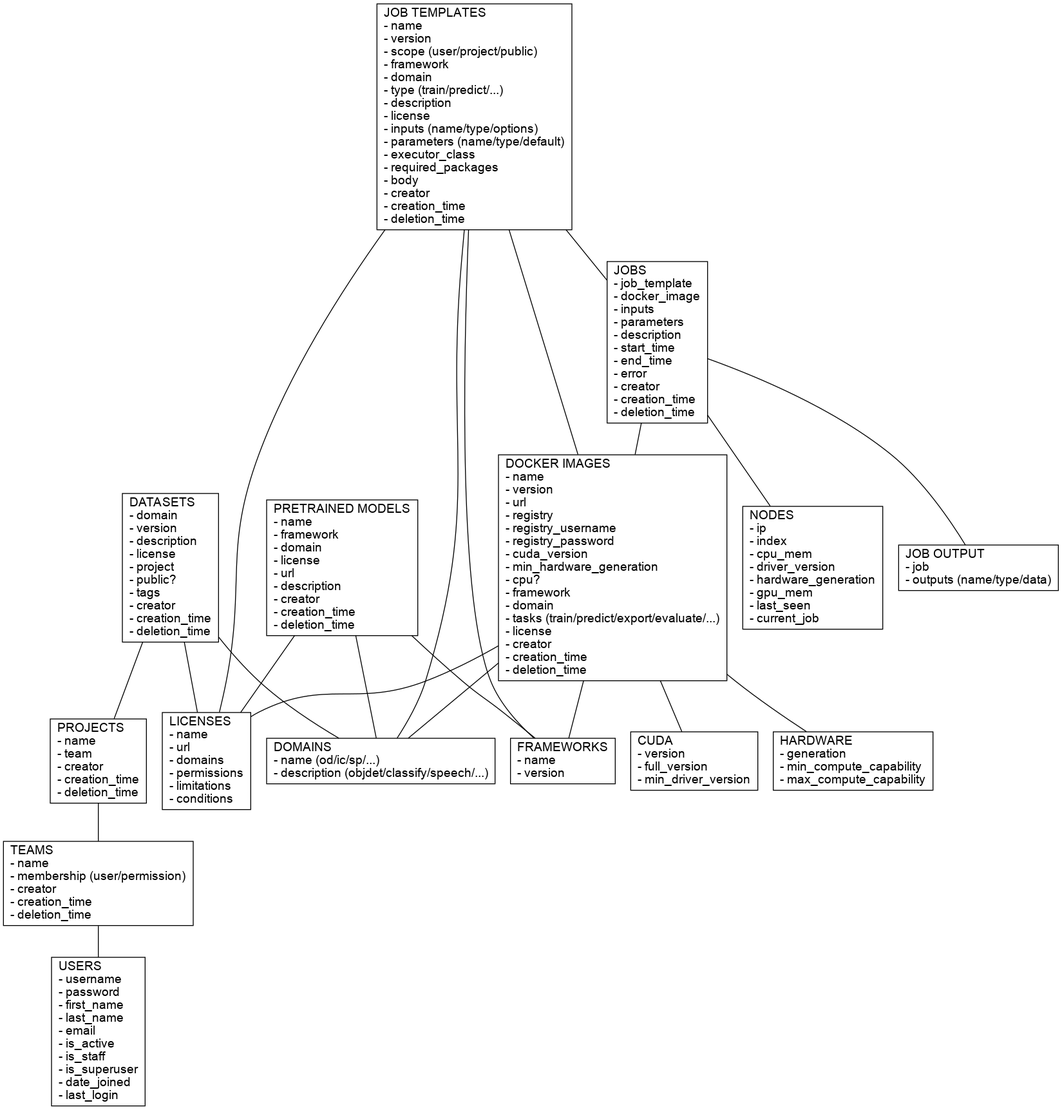
Above: docs/img/api.png in waikato-ufdl/ufdl-api (Graphviz), before the change. Its source is kept beside it as docs/img/api.dot.
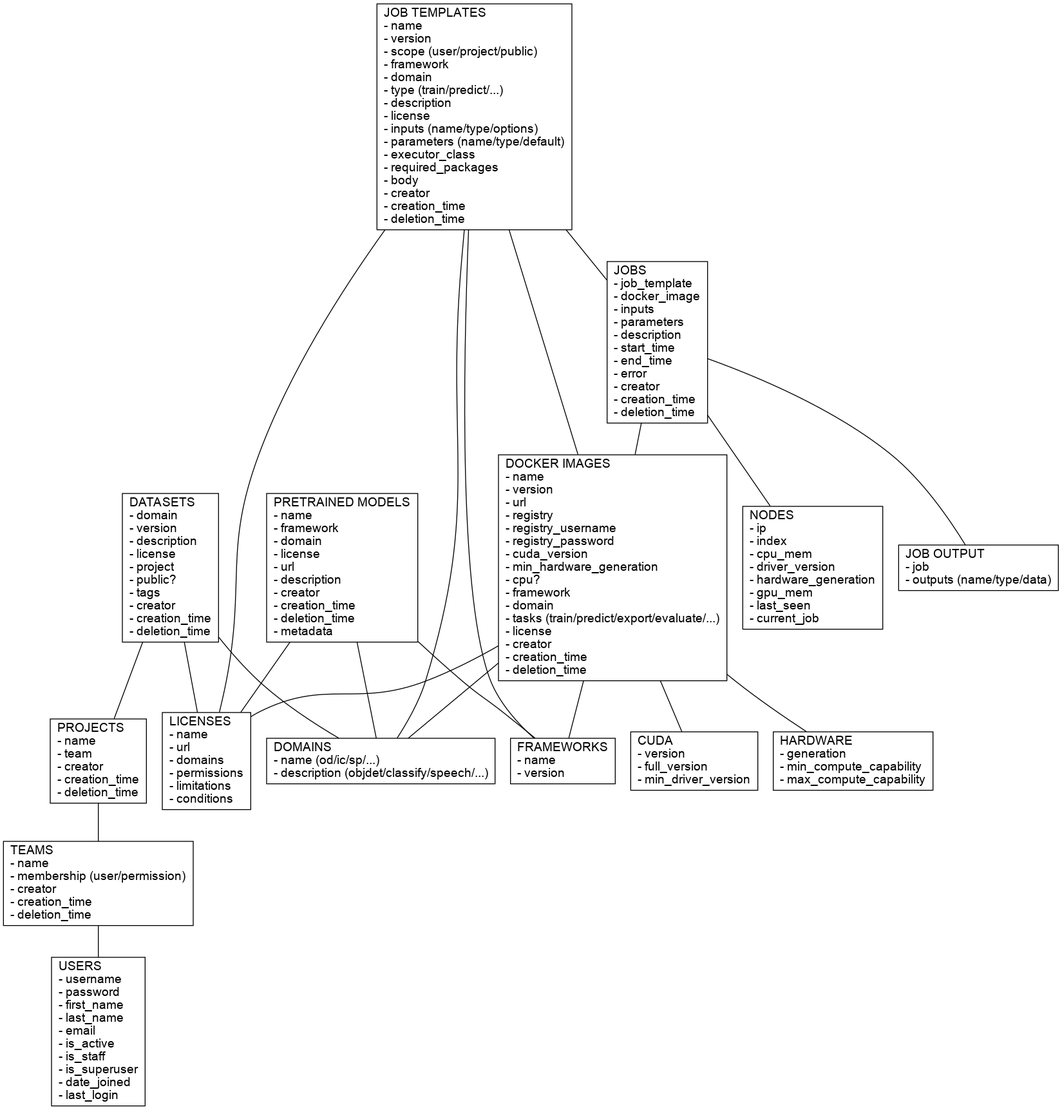
Later version of the same file.

Commit message:
added metadata to pretrained_models

The edit, as a diff of the source:
```diff
@@ -15,7 +15,7 @@
   nodes [label = "NODES\l- ip\l- index\l- cpu_mem\l- driver_version\l- hardware_generation\l- gpu_mem\l- last_seen\l- current_job\l"];
 
   datasets [label = "DATASETS\l- domain\l- version\l- description\l- license\l- project\l- public?\l- tags\l- creator\l- creation_time\l- deletion_time\l"];
-  pretrained_models [label = "PRETRAINED MODELS\l- name\l- framework\l- domain\l- license\l- url\l- description\l- creator\l- creation_time\l- deletion_time\l"];
+  pretrained_models [label = "PRETRAINED MODELS\l- name\l- framework\l- domain\l- license\l- url\l- description\l- creator\l- creation_time\l- deletion_time\l- metadata\l"];
   job_templates [label = "JOB TEMPLATES\l- name\l- version\l- scope (user/project/public)\l- framework\l- domain\l- type (train/predict/...)\l- description\l- license\l- inputs (name/type/options)\l- parameters (name/type/default)\l- executor_class\l- required_packages\l- body\l- creator\l- creation_time\l- deletion_time\l"];
   jobs [label = "JOBS\l- job_template\l- docker_image\l- inputs\l- parameters\l- description\l- start_time\l- end_time\l- error\l- creator\l- creation_time\l- deletion_time\l"];
   job_output [label = "JOB OUTPUT\l- job\l- outputs (name/type/data)\l"];
```
